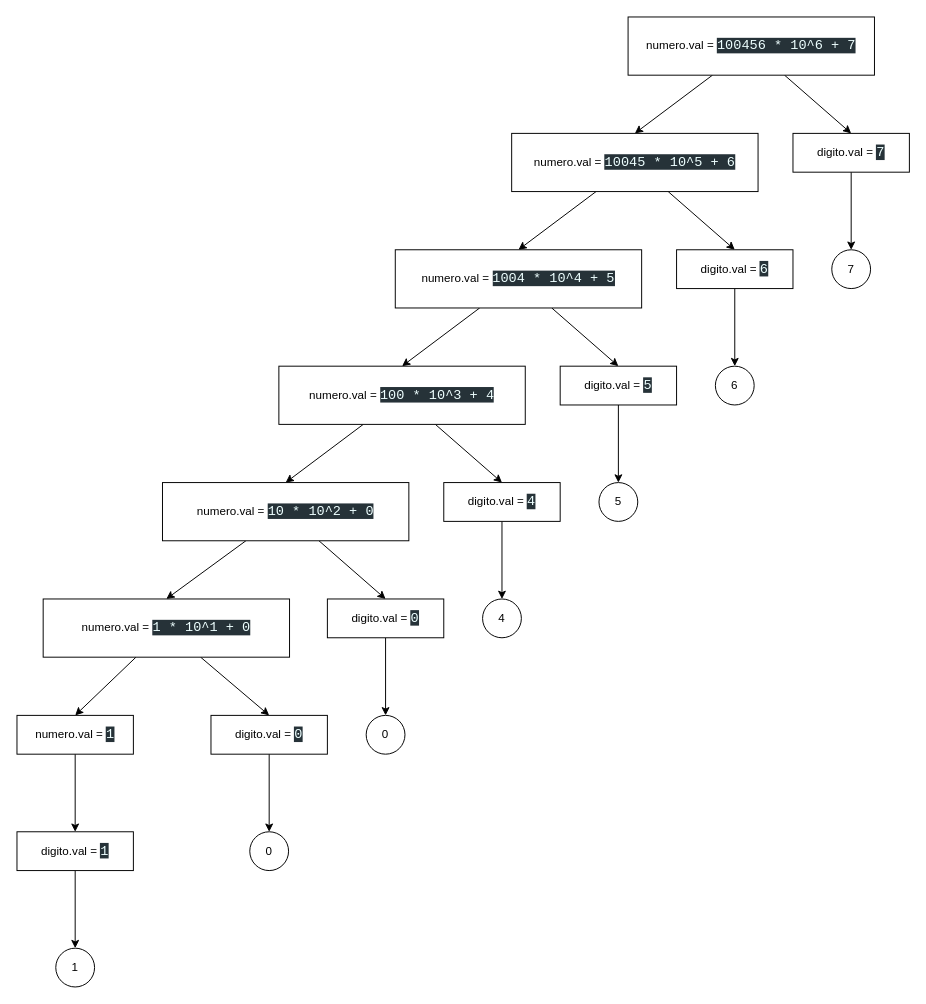
Earlier version of the draw.io diagram page "1004567" (1 of 2) of classes/Taller-Árbol gramatical.drawio (AndresMpa/compiler). Source tidied: cells renumbered, new cells numbered last; positions are measured from the earlier drawing's top-left corner, leaving out a move shared by most shapes. Both pictures are drawn from the tidied source at 97%, with x=0, y=0 at pixel (16, 16).
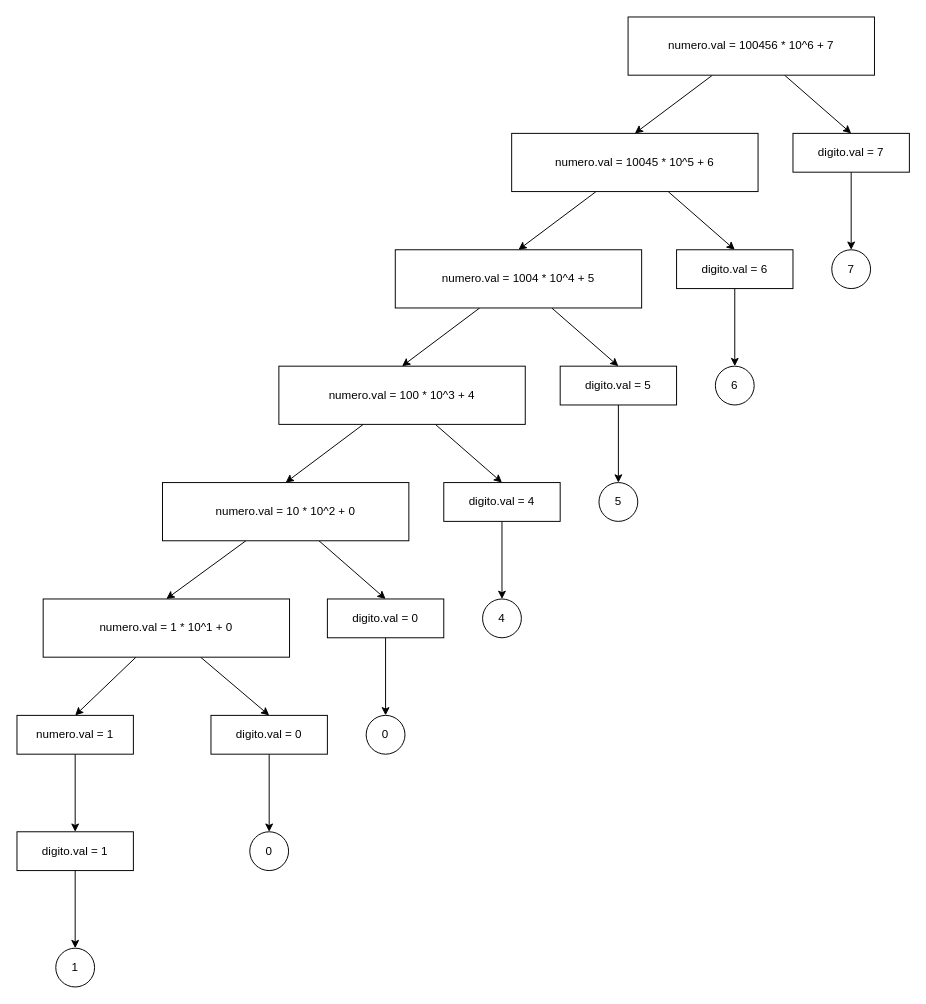
The same diagram, later.

The edit, as a diff of the source:
```diff
@@
-    <mxCell id="4" value="numero.val =&amp;nbsp;&lt;span style=&quot;background-color: rgb(38 , 50 , 56) ; color: rgb(238 , 255 , 255) ; font-family: &amp;#34;consolas&amp;#34; , &amp;#34;courier new&amp;#34; , monospace ; font-size: 14px&quot;&gt;100456 * 10^6 + 7&lt;/span&gt;" style="rounded=0;whiteSpace=wrap;html=1;" parent="1" vertex="1">
+    <mxCell id="4" value="numero.val = 100456 * 10^6 + 7" style="rounded=0;whiteSpace=wrap;html=1;" parent="1" vertex="1">
       <mxGeometry x="630" width="254" height="60" as="geometry" />
     </mxCell>
@@
-    <mxCell id="7" value="numero.val =&amp;nbsp;&lt;span style=&quot;background-color: rgb(38 , 50 , 56) ; color: rgb(238 , 255 , 255) ; font-family: &amp;#34;consolas&amp;#34; , &amp;#34;courier new&amp;#34; , monospace ; font-size: 14px&quot;&gt;10045 * 10^5 + 6&lt;/span&gt;" style="rounded=0;whiteSpace=wrap;html=1;" parent="1" vertex="1">
+    <mxCell id="7" value="numero.val = 10045 * 10^5 + 6" style="rounded=0;whiteSpace=wrap;html=1;" parent="1" vertex="1">
       <mxGeometry x="510" y="120" width="254" height="60" as="geometry" />
     </mxCell>
@@
-    <mxCell id="9" value="digito.val = &lt;font color=&quot;#eeffff&quot; face=&quot;consolas, courier new, monospace&quot;&gt;&lt;span style=&quot;font-size: 14px ; background-color: rgb(38 , 50 , 56)&quot;&gt;7&lt;/span&gt;&lt;/font&gt;" style="rounded=0;whiteSpace=wrap;html=1;" parent="1" vertex="1">
+    <mxCell id="9" value="digito.val = 7" style="rounded=0;whiteSpace=wrap;html=1;" parent="1" vertex="1">
       <mxGeometry x="800" y="120" width="120" height="40" as="geometry" />
     </mxCell>
@@
-    <mxCell id="11" value="digito.val = &lt;font color=&quot;#eeffff&quot; face=&quot;consolas, courier new, monospace&quot;&gt;&lt;span style=&quot;font-size: 14px ; background-color: rgb(38 , 50 , 56)&quot;&gt;6&lt;/span&gt;&lt;/font&gt;" style="rounded=0;whiteSpace=wrap;html=1;" parent="1" vertex="1">
+    <mxCell id="11" value="digito.val = 6" style="rounded=0;whiteSpace=wrap;html=1;" parent="1" vertex="1">
       <mxGeometry x="680" y="240" width="120" height="40" as="geometry" />
     </mxCell>
@@
-    <mxCell id="14" value="numero.val =&amp;nbsp;&lt;span style=&quot;background-color: rgb(38 , 50 , 56) ; color: rgb(238 , 255 , 255) ; font-family: &amp;#34;consolas&amp;#34; , &amp;#34;courier new&amp;#34; , monospace ; font-size: 14px&quot;&gt;1004 * 10^4 + 5&lt;/span&gt;" style="rounded=0;whiteSpace=wrap;html=1;" parent="1" vertex="1">
+    <mxCell id="14" value="numero.val = 1004 * 10^4 + 5" style="rounded=0;whiteSpace=wrap;html=1;" parent="1" vertex="1">
       <mxGeometry x="390" y="240" width="254" height="60" as="geometry" />
     </mxCell>
@@
-    <mxCell id="16" value="digito.val = &lt;font color=&quot;#eeffff&quot; face=&quot;consolas, courier new, monospace&quot;&gt;&lt;span style=&quot;font-size: 14px ; background-color: rgb(38 , 50 , 56)&quot;&gt;5&lt;/span&gt;&lt;/font&gt;" style="rounded=0;whiteSpace=wrap;html=1;" parent="1" vertex="1">
+    <mxCell id="16" value="digito.val = 5" style="rounded=0;whiteSpace=wrap;html=1;" parent="1" vertex="1">
       <mxGeometry x="560" y="360" width="120" height="40" as="geometry" />
     </mxCell>
@@
-    <mxCell id="19" value="numero.val =&amp;nbsp;&lt;span style=&quot;background-color: rgb(38 , 50 , 56) ; color: rgb(238 , 255 , 255) ; font-family: &amp;#34;consolas&amp;#34; , &amp;#34;courier new&amp;#34; , monospace ; font-size: 14px&quot;&gt;100 * 10^3 + 4&lt;/span&gt;" style="rounded=0;whiteSpace=wrap;html=1;" parent="1" vertex="1">
+    <mxCell id="19" value="numero.val = 100 * 10^3 + 4" style="rounded=0;whiteSpace=wrap;html=1;" parent="1" vertex="1">
       <mxGeometry x="270" y="360" width="254" height="60" as="geometry" />
     </mxCell>
@@
-    <mxCell id="21" value="digito.val = &lt;font color=&quot;#eeffff&quot; face=&quot;consolas, courier new, monospace&quot;&gt;&lt;span style=&quot;font-size: 14px ; background-color: rgb(38 , 50 , 56)&quot;&gt;4&lt;/span&gt;&lt;/font&gt;" style="rounded=0;whiteSpace=wrap;html=1;" parent="1" vertex="1">
+    <mxCell id="21" value="digito.val = 4" style="rounded=0;whiteSpace=wrap;html=1;" parent="1" vertex="1">
       <mxGeometry x="440" y="480" width="120" height="40" as="geometry" />
     </mxCell>
@@
-    <mxCell id="24" value="numero.val =&amp;nbsp;&lt;span style=&quot;background-color: rgb(38 , 50 , 56) ; color: rgb(238 , 255 , 255) ; font-family: &amp;#34;consolas&amp;#34; , &amp;#34;courier new&amp;#34; , monospace ; font-size: 14px&quot;&gt;10 * 10^2 + 0&lt;/span&gt;" style="rounded=0;whiteSpace=wrap;html=1;" parent="1" vertex="1">
+    <mxCell id="24" value="numero.val = 10 * 10^2 + 0" style="rounded=0;whiteSpace=wrap;html=1;" parent="1" vertex="1">
       <mxGeometry x="150" y="480" width="254" height="60" as="geometry" />
     </mxCell>
@@
-    <mxCell id="26" value="digito.val = &lt;font color=&quot;#eeffff&quot; face=&quot;consolas, courier new, monospace&quot;&gt;&lt;span style=&quot;font-size: 14px ; background-color: rgb(38 , 50 , 56)&quot;&gt;0&lt;/span&gt;&lt;/font&gt;" style="rounded=0;whiteSpace=wrap;html=1;" parent="1" vertex="1">
+    <mxCell id="26" value="digito.val = 0" style="rounded=0;whiteSpace=wrap;html=1;" parent="1" vertex="1">
       <mxGeometry x="320" y="600" width="120" height="40" as="geometry" />
     </mxCell>
@@
-    <mxCell id="29" value="numero.val =&amp;nbsp;&lt;span style=&quot;background-color: rgb(38 , 50 , 56) ; color: rgb(238 , 255 , 255) ; font-family: &amp;#34;consolas&amp;#34; , &amp;#34;courier new&amp;#34; , monospace ; font-size: 14px&quot;&gt;1 * 10^1 + 0&lt;/span&gt;" style="rounded=0;whiteSpace=wrap;html=1;" parent="1" vertex="1">
+    <mxCell id="29" value="numero.val = 1 * 10^1 + 0" style="rounded=0;whiteSpace=wrap;html=1;" parent="1" vertex="1">
       <mxGeometry x="27" y="600" width="254" height="60" as="geometry" />
     </mxCell>
@@
-    <mxCell id="31" value="digito.val = &lt;font color=&quot;#eeffff&quot; face=&quot;consolas, courier new, monospace&quot;&gt;&lt;span style=&quot;font-size: 14px ; background-color: rgb(38 , 50 , 56)&quot;&gt;0&lt;/span&gt;&lt;/font&gt;" style="rounded=0;whiteSpace=wrap;html=1;" parent="1" vertex="1">
+    <mxCell id="31" value="digito.val = 0" style="rounded=0;whiteSpace=wrap;html=1;" parent="1" vertex="1">
       <mxGeometry x="200" y="720" width="120" height="40" as="geometry" />
     </mxCell>
@@
-    <mxCell id="33" value="numero.val = &lt;font color=&quot;#eeffff&quot; face=&quot;consolas, courier new, monospace&quot;&gt;&lt;span style=&quot;font-size: 14px ; background-color: rgb(38 , 50 , 56)&quot;&gt;1&lt;/span&gt;&lt;/font&gt;" style="rounded=0;whiteSpace=wrap;html=1;" parent="1" vertex="1">
+    <mxCell id="33" value="numero.val = 1" style="rounded=0;whiteSpace=wrap;html=1;" parent="1" vertex="1">
       <mxGeometry y="720" width="120" height="40" as="geometry" />
     </mxCell>
@@
-    <mxCell id="35" value="digito.val = &lt;font color=&quot;#eeffff&quot; face=&quot;consolas, courier new, monospace&quot;&gt;&lt;span style=&quot;font-size: 14px ; background-color: rgb(38 , 50 , 56)&quot;&gt;1&lt;/span&gt;&lt;/font&gt;" style="rounded=0;whiteSpace=wrap;html=1;" parent="1" vertex="1">
+    <mxCell id="35" value="digito.val = 1" style="rounded=0;whiteSpace=wrap;html=1;" parent="1" vertex="1">
       <mxGeometry y="840" width="120" height="40" as="geometry" />
     </mxCell>
```
